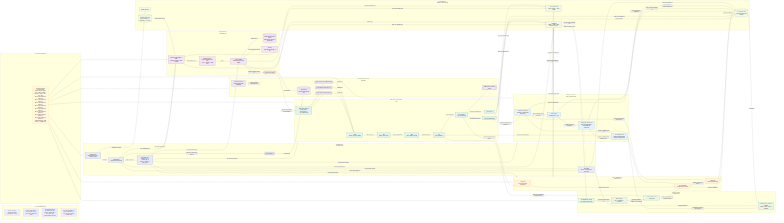
EsosaOrumwese/fraud-detection-system keeps this Mermaid diagram as docs/design/platform/dev_full/graph/readiness/dev_full_platform_network_production_ready_current_v0.mermaid.png. Above is the earlier version. Its source is kept beside it as docs/design/platform/dev_full/graph/readiness/dev_full_platform_network_production_ready_current_v0.mermaid.mmd.
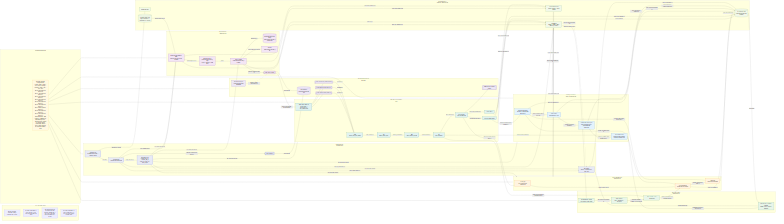
After the change.

Commit message:
Record review standby in readiness graphs

What changed in the source:
```diff
@@ -8,12 +8,12 @@
   subgraph LEGEND["How to Read This Graph"]
     L1["Only the currently promoted working-platform core is shown"]
     L2["If a plane, component, or path is absent, it is not part of the ready-network claim"]
-    L3["The promoted network now includes the full platform, including Ops / Gov / Meta, after integrated Phase 8 closure"]
+    L3["The promoted network now includes the full platform, including Ops / Gov / Meta, after final Phase 9 bounded stress closure"]
     L4["If a plane, component, or path is absent here, it is not part of the working-platform claim"]
   end
 
   subgraph READYNOTE["Current Working Platform"]
-    NOTE["Currently promoted working platform:<br>Control + Ingress + RTDL + Case + Label + Learning + Evolution / MLOps + Ops / Gov / Meta<br>Phase 0 closed green on 2026-03-10<br>Phase 1 closed green on 2026-03-11<br>Phase 3 closed green on 2026-03-11<br>Phase 4 closed green on 2026-03-12<br>Phase 5 closed green on 2026-03-12<br>Phase 6 closed green on 2026-03-12<br>Phase 7 rebuilt green on 2026-03-13<br>Phase 8 closed green on 2026-03-13<br>Declared envelope: 3000 steady eps / 6000 burst eps"]
+    NOTE["Currently promoted working platform:<br>Control + Ingress + RTDL + Case + Label + Learning + Evolution / MLOps + Ops / Gov / Meta<br>Phase 0 closed green on 2026-03-10<br>Phase 1 closed green on 2026-03-11<br>Phase 3 closed green on 2026-03-11<br>Phase 4 closed green on 2026-03-12<br>Phase 5 closed green on 2026-03-12<br>Phase 6 closed green on 2026-03-12<br>Phase 7 rebuilt green on 2026-03-13<br>Phase 8 closed green on 2026-03-13<br>Phase 9 closed green on 2026-03-13<br>Declared envelope: 3000 steady eps / 6000 burst eps<br>Bounded longer-stress authorization now granted<br>Live runtime may be intentionally idled for review without changing the accepted readiness claim"]
   end
 
   subgraph CONTROL["Control Network - Promoted Core"]
```
